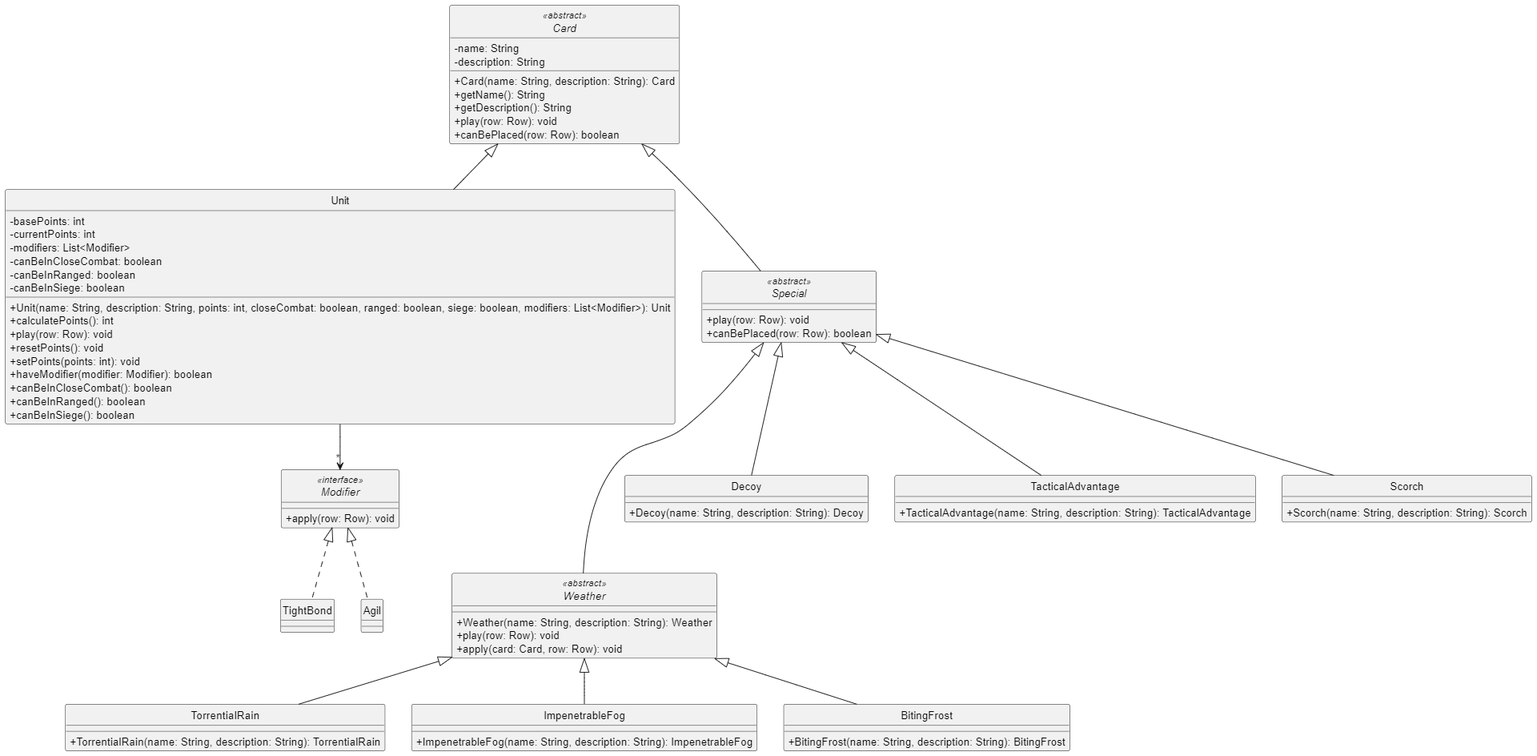
The PlantUML diagram diagrams/classes/cards.png in Yonhir/algo3_proyecto_base_tp2, before a commit. Its source is kept beside it as diagrams/classes/cards.plantuml.
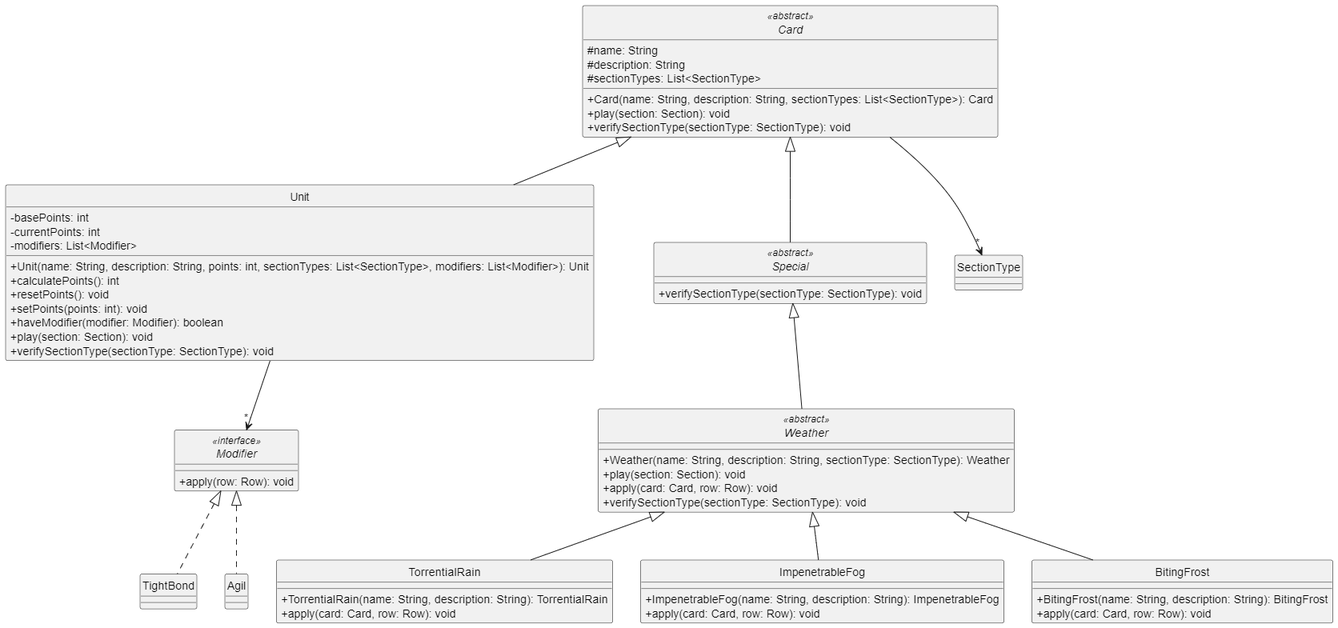
Later version of the same file.

Diff of the diagram source:
```diff
@@ -6,66 +6,29 @@
 
 
 abstract class Card <<abstract>> {
-  -name: String
-  -description: String
-  +Card(name: String, description: String): Card
-  +getName(): String
-  +getDescription(): String
-  +play(row: Row): void
-  +canBePlaced(row: Row): boolean
+  #name: String
+  #description: String
+  #sectionTypes: List<SectionType>
+  +Card(name: String, description: String, sectionTypes: List<SectionType>): Card
+  +play(section: Section): void
+  +verifySectionType(sectionType: SectionType): void
 }
 
 class Unit {
   -basePoints: int
   -currentPoints: int
   -modifiers: List<Modifier>
-  -canBeInCloseCombat: boolean
-  -canBeInRanged: boolean
-  -canBeInSiege: boolean
-  +Unit(name: String, description: String, points: int, closeCombat: boolean, ranged: boolean, siege: boolean, modifiers: List<Modifier>): Unit
+  +Unit(name: String, description: String, points: int, sectionTypes: List<SectionType>, modifiers: List<Modifier>): Unit
   +calculatePoints(): int
-  +play(row: Row): void
   +resetPoints(): void
   +setPoints(points: int): void
   +haveModifier(modifier: Modifier): boolean
-  +canBeInCloseCombat(): boolean
-  +canBeInRanged(): boolean
-  +canBeInSiege(): boolean
+  +play(section: Section): void
+  +verifySectionType(sectionType: SectionType): void
 }
 
 abstract class Special <<abstract>> {
-  +play(row: Row): void
-  +canBePlaced(row: Row): boolean
-}
-
-abstract class Weather <<abstract>> {
-  +Weather(name: String, description: String): Weather
-  +play(row: Row): void
-  +apply(card: Card, row: Row): void
-}
-
-class TorrentialRain {
-  +TorrentialRain(name: String, description: String): TorrentialRain
-}
-
-class ImpenetrableFog {
-  +ImpenetrableFog(name: String, description: String): ImpenetrableFog
-}
-
-class BitingFrost {
-  +BitingFrost(name: String, description: String): BitingFrost
-}
-
-class Decoy {
-  +Decoy(name: String, description: String): Decoy
-}
-
-class TacticalAdvantage {
-  +TacticalAdvantage(name: String, description: String): TacticalAdvantage
-}
-
-class Scorch {
-  +Scorch(name: String, description: String): Scorch
+  +verifySectionType(sectionType: SectionType): void
 }
 
 interface Modifier <<interface>> {
@@ -78,19 +41,40 @@
 class Agil {
 }
 
+abstract class Weather <<abstract>> {
+  +Weather(name: String, description: String, sectionType: SectionType): Weather
+  +play(section: Section): void
+  +apply(card: Card, row: Row): void
+  +verifySectionType(sectionType: SectionType): void
+}
+
+class TorrentialRain {
+  +TorrentialRain(name: String, description: String): TorrentialRain
+  +apply(card: Card, row: Row): void
+}
+
+class ImpenetrableFog {
+  +ImpenetrableFog(name: String, description: String): ImpenetrableFog
+  +apply(card: Card, row: Row): void
+}
+
+class BitingFrost {
+  +BitingFrost(name: String, description: String): BitingFrost
+  +apply(card: Card, row: Row): void
+}
+
 
 Card <|-- Unit
 Card <|-- Special
+
+Card --> "*" SectionType
 
 Unit --> "*" Modifier
 
 Modifier <|.. TightBond
 Modifier <|.. Agil
 
-Special <|-- Decoy
-Special <|-- TacticalAdvantage
-Special <|-- Scorch
-Special <|--- Weather
+Special <|-- Weather
 
 Weather <|-- TorrentialRain
 Weather <|-- ImpenetrableFog
```
